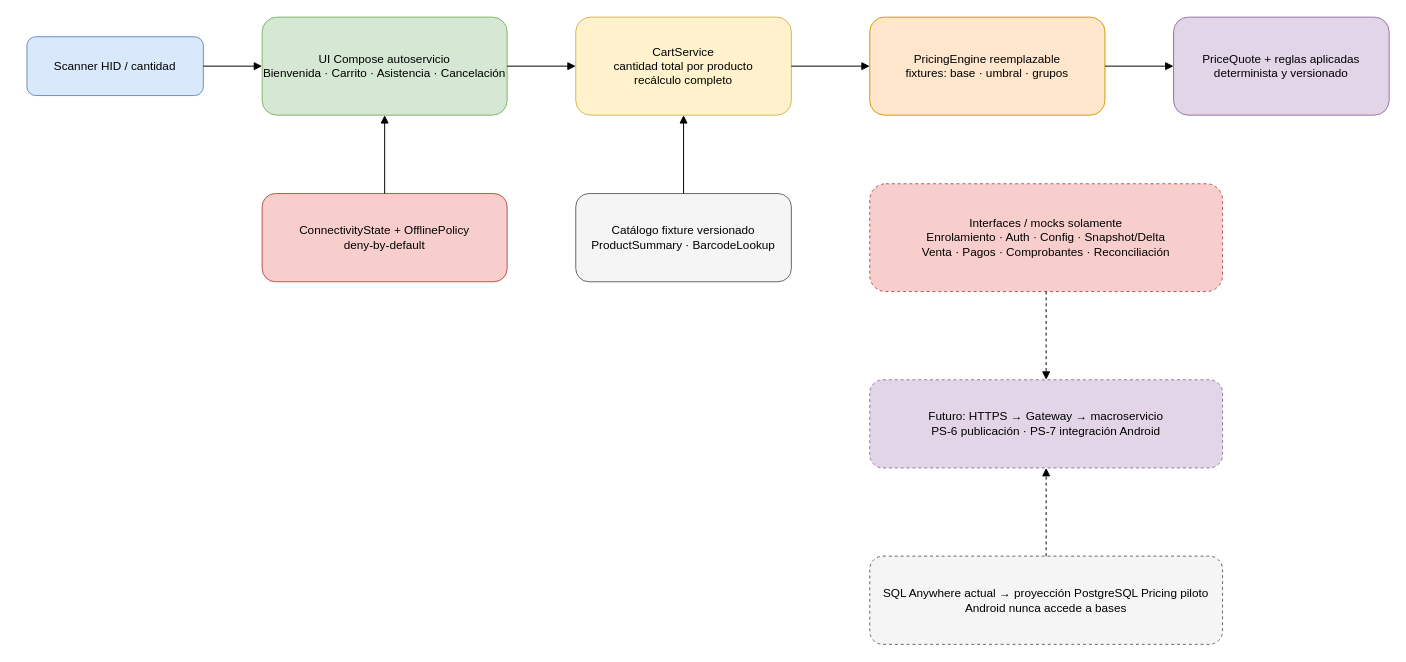
This is docs/flujo-autoservicio-api-first.drawio from desarrolloinforhard/Android-POS, a draw.io file, before an edit. Source tidied: cells renumbered, new cells numbered last; positions are measured from the earlier drawing's top-left corner, leaving out a move shared by most shapes. Both pictures are drawn from the tidied source at 98%, with x=0, y=0 at pixel (26, 17).
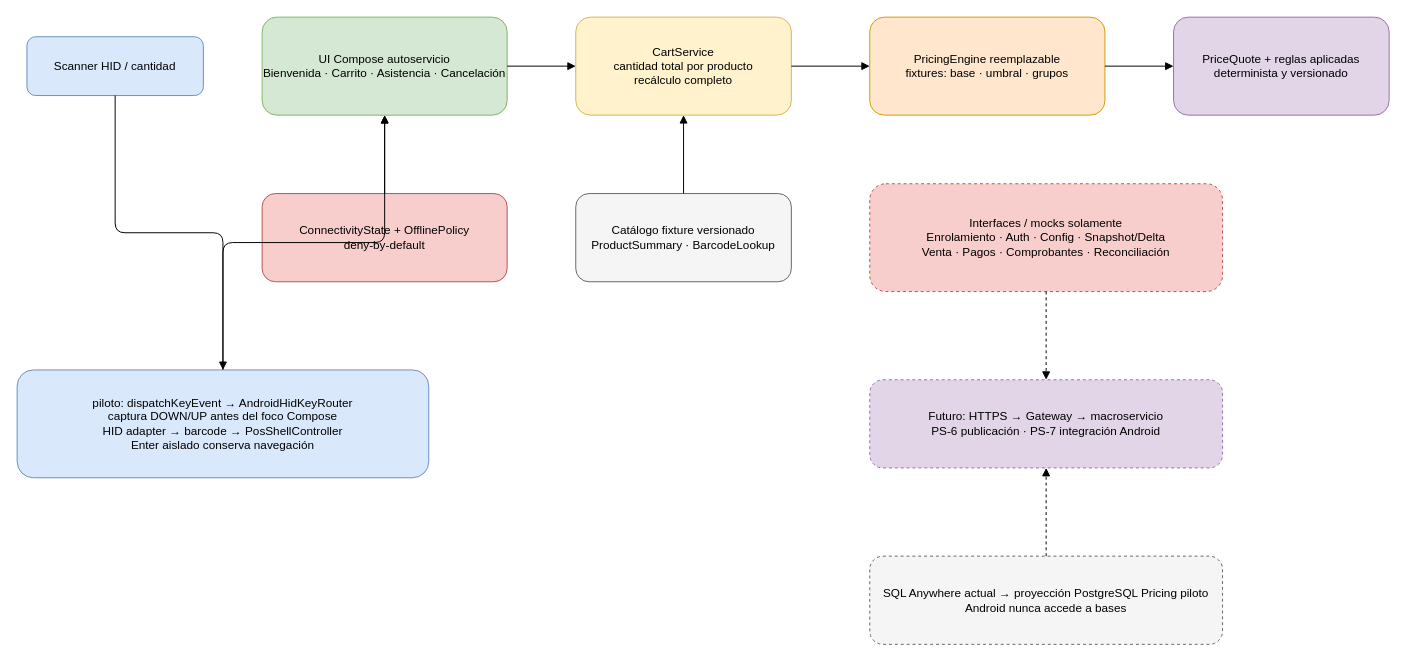
Above is the later version.

The change refers to these unchanged cells:
```xml
<mxCell id="2" value="Scanner HID / cantidad" style="rounded=1;whiteSpace=wrap;html=1;fillColor=#dae8fc;strokeColor=#6c8ebf;" parent="1" vertex="1">
  <mxGeometry y="20" width="180" height="60" as="geometry" />
</mxCell>
<mxCell id="3" value="UI Compose autoservicio&#10;Bienvenida · Carrito · Asistencia · Cancelación" style="rounded=1;whiteSpace=wrap;html=1;fillColor=#d5e8d4;strokeColor=#82b366;" parent="1" vertex="1">
  <mxGeometry x="240" width="250" height="100" as="geometry" />
</mxCell>
```

Change to the diagram source:
```diff
@@
+    <mxCell id="20" value="piloto: dispatchKeyEvent → AndroidHidKeyRouter&#10;captura DOWN/UP antes del foco Compose&#10;HID adapter → barcode → PosShellController&#10;Enter aislado conserva navegación" style="rounded=1;whiteSpace=wrap;html=1;fillColor=#dae8fc;strokeColor=#6c8ebf;" parent="1" vertex="1">
+      <mxGeometry x="-10" y="360" width="420" height="110" as="geometry" />
+    </mxCell>
-    <mxCell id="12" style="edgeStyle=orthogonalEdgeStyle;html=1;endArrow=block;" parent="1" edge="1" source="2" target="3">
+    <mxCell id="12" style="edgeStyle=orthogonalEdgeStyle;html=1;endArrow=block;" parent="1" edge="1" source="2" target="20">
       <mxGeometry relative="1" as="geometry" />
     </mxCell>
+    <mxCell id="21" style="edgeStyle=orthogonalEdgeStyle;html=1;endArrow=block;" parent="1" edge="1" source="20" target="3">
+      <mxGeometry relative="1" as="geometry" />
+    </mxCell>
```
